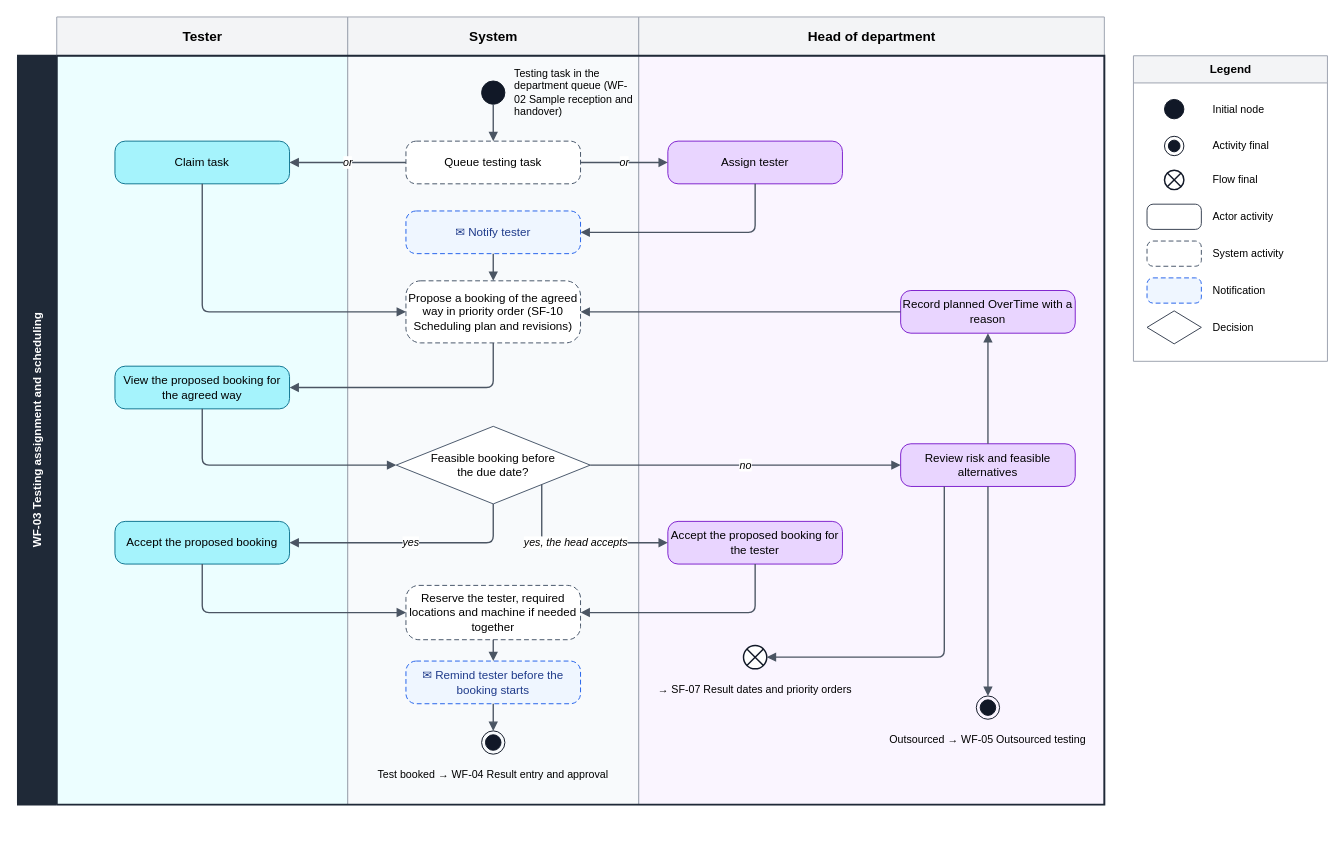
This is page "WF-03 Workflow" (1 of 2) of docs/reports/activity-diagram/final/Core flows/WF-03 Testing assignment and scheduling.drawio from SoltuneMontepre/medilab, a draw.io file, before an edit. Source tidied: cells renumbered, new cells numbered last; positions are measured from the earlier drawing's top-left corner, leaving out a move shared by most shapes. Both pictures are drawn from the tidied source at 97%, with x=0, y=0 at pixel (17, 16).
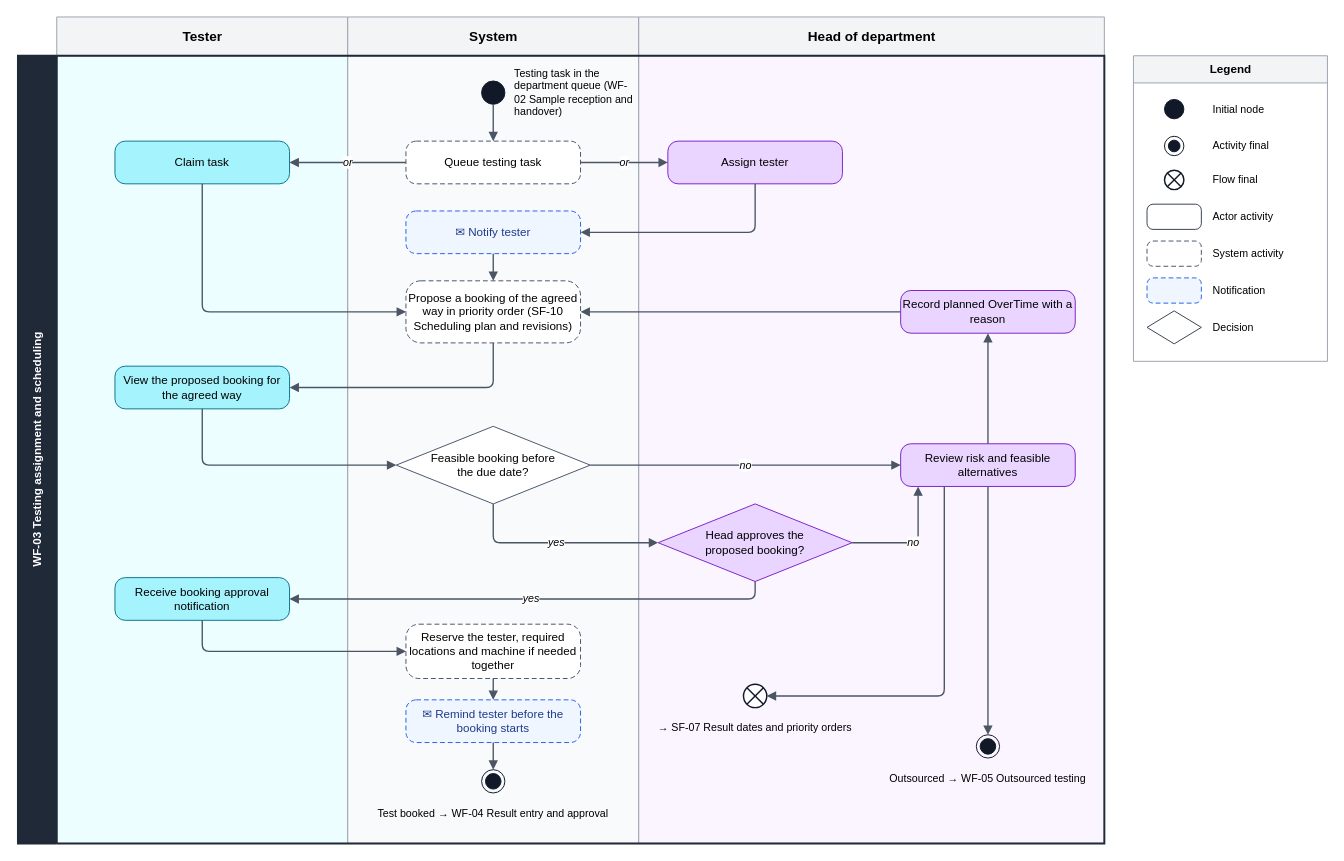
After the change.

The change refers to these unchanged cells:
```xml
<mxCell id="13" value="Feasible booking before the due date?" style="rhombus;whiteSpace=wrap;html=1;fontSize=12;fillColor=#FFFFFF;strokeColor=#475569;spacingLeft=34;spacingRight=34;" parent="1" vertex="1">
  <mxGeometry x="390" y="422" width="200" height="80" as="geometry" />
</mxCell>
<mxCell id="15" value="Review risk and feasible alternatives" style="rounded=1;arcSize=24;whiteSpace=wrap;html=1;fontSize=12;fillColor=#E9D5FF;strokeColor=#7E22CE;" parent="1" vertex="1">
  <mxGeometry x="910" y="440" width="180" height="44" as="geometry" />
</mxCell>
```

The edit, as a diff of the source:
```diff
@@
     <mxCell id="2" value="Tester" style="swimlane;startSize=40;fillColor=#F3F4F6;swimlaneFillColor=#ECFEFF;strokeColor=#9CA3AF;fontStyle=1;fontSize=14;html=1;" parent="1" vertex="1">
-      <mxGeometry x="40" width="300" height="812" as="geometry" />
+      <mxGeometry x="40" width="300" height="852" as="geometry" />
     </mxCell>
     <mxCell id="3" value="System" style="swimlane;startSize=40;fillColor=#F3F4F6;swimlaneFillColor=#F8FAFC;strokeColor=#9CA3AF;fontStyle=1;fontSize=14;html=1;" parent="1" vertex="1">
-      <mxGeometry x="340" width="300" height="812" as="geometry" />
+      <mxGeometry x="340" width="300" height="852" as="geometry" />
     </mxCell>
     <mxCell id="4" value="Head of department" style="swimlane;startSize=40;fillColor=#F3F4F6;swimlaneFillColor=#FAF5FF;strokeColor=#9CA3AF;fontStyle=1;fontSize=14;html=1;" parent="1" vertex="1">
-      <mxGeometry x="640" width="480" height="812" as="geometry" />
+      <mxGeometry x="640" width="480" height="852" as="geometry" />
     </mxCell>
@@
-    <mxCell id="14" value="Accept the proposed booking" style="rounded=1;arcSize=24;whiteSpace=wrap;html=1;fontSize=12;fillColor=#A5F3FC;strokeColor=#0E7490;" parent="1" vertex="1">
-      <mxGeometry x="100" y="520" width="180" height="44" as="geometry" />
+    <mxCell id="14" value="Receive booking approval notification" style="rounded=1;arcSize=24;whiteSpace=wrap;html=1;fontSize=12;fillColor=#A5F3FC;strokeColor=#0E7490;" parent="1" vertex="1">
+      <mxGeometry x="100" y="578" width="180" height="44" as="geometry" />
     </mxCell>
@@
-    <mxCell id="16" value="Accept the proposed booking for the tester" style="rounded=1;arcSize=24;whiteSpace=wrap;html=1;fontSize=12;fillColor=#E9D5FF;strokeColor=#7E22CE;" parent="1" vertex="1">
-      <mxGeometry x="670" y="520" width="180" height="44" as="geometry" />
-    </mxCell>
+    <mxCell id="61" value="Head approves the proposed booking?" style="rhombus;whiteSpace=wrap;html=1;fontSize=12;fillColor=#E9D5FF;strokeColor=#7E22CE;spacingLeft=34;spacingRight=34;" parent="1" vertex="1">
+      <mxGeometry x="660" y="502" width="200" height="80" as="geometry" />
+    </mxCell>
@@
     <mxCell id="18" style="shape=endState;html=1;fillColor=#111827;strokeColor=#111827;" parent="1" vertex="1">
-      <mxGeometry x="988" y="700" width="24" height="24" as="geometry" />
+      <mxGeometry x="988" y="740" width="24" height="24" as="geometry" />
     </mxCell>
     <mxCell id="19" value="Outsourced → WF-05 Outsourced testing" style="text;html=1;whiteSpace=wrap;fontSize=11;verticalAlign=middle;align=center;" parent="1" vertex="1">
-      <mxGeometry x="885" y="731" width="230" height="28" as="geometry" />
+      <mxGeometry x="885" y="771" width="230" height="28" as="geometry" />
     </mxCell>
     <mxCell id="20" style="shape=sumEllipse;perimeter=ellipsePerimeter;html=1;fillColor=#FFFFFF;strokeColor=#111827;strokeWidth=1.5;" parent="1" vertex="1">
-      <mxGeometry x="748" y="648" width="24" height="24" as="geometry" />
+      <mxGeometry x="748" y="688" width="24" height="24" as="geometry" />
     </mxCell>
     <mxCell id="21" value="→ SF-07 Result dates and priority orders" style="text;html=1;whiteSpace=wrap;fontSize=11;verticalAlign=middle;align=center;" parent="1" vertex="1">
-      <mxGeometry x="645" y="679" width="230" height="28" as="geometry" />
+      <mxGeometry x="645" y="719" width="230" height="28" as="geometry" />
     </mxCell>
     <mxCell id="22" value="Reserve the tester, required locations and machine if needed together" style="rounded=1;arcSize=24;dashed=1;dashPattern=5 3;whiteSpace=wrap;html=1;fontSize=12;fillColor=#FFFFFF;strokeColor=#475569;" parent="1" vertex="1">
-      <mxGeometry x="400" y="586" width="180" height="56" as="geometry" />
+      <mxGeometry x="400" y="626" width="180" height="56" as="geometry" />
     </mxCell>
     <mxCell id="23" value="✉ Remind tester before the booking starts" style="rounded=1;arcSize=24;dashed=1;dashPattern=5 3;whiteSpace=wrap;html=1;fontSize=12;fillColor=#EFF6FF;strokeColor=#2563EB;fontColor=#1E3A8A;" parent="1" vertex="1">
-      <mxGeometry x="400" y="664" width="180" height="44" as="geometry" />
+      <mxGeometry x="400" y="704" width="180" height="44" as="geometry" />
     </mxCell>
     <mxCell id="24" style="shape=endState;html=1;fillColor=#111827;strokeColor=#111827;" parent="1" vertex="1">
-      <mxGeometry x="478" y="736" width="24" height="24" as="geometry" />
+      <mxGeometry x="478" y="776" width="24" height="24" as="geometry" />
     </mxCell>
     <mxCell id="25" value="Test booked → WF-04 Result entry and approval" style="text;html=1;whiteSpace=wrap;fontSize=11;verticalAlign=middle;align=center;" parent="1" vertex="1">
-      <mxGeometry x="365" y="767" width="250" height="28" as="geometry" />
+      <mxGeometry x="365" y="807" width="250" height="28" as="geometry" />
     </mxCell>
@@
-    <mxCell id="34" value="yes" style="edgeStyle=orthogonalEdgeStyle;rounded=1;arcSize=14;strokeColor=#4B5563;strokeWidth=1.4;endArrow=block;endFill=1;endSize=6;fontSize=11;fontStyle=2;labelBackgroundColor=#ffffff;jumpStyle=arc;jumpSize=8;html=1;exitX=0.5;exitY=1;exitDx=0;exitDy=0;entryX=1;entryY=0.5;entryDx=0;entryDy=0;" parent="1" edge="1" source="13" target="14">
+    <mxCell id="34" value="yes" style="edgeStyle=orthogonalEdgeStyle;rounded=1;arcSize=14;strokeColor=#4B5563;strokeWidth=1.4;endArrow=block;endFill=1;endSize=6;fontSize=11;fontStyle=2;labelBackgroundColor=#ffffff;jumpStyle=arc;jumpSize=8;html=1;exitX=0.5;exitY=1;exitDx=0;exitDy=0;entryX=0;entryY=0.5;entryDx=0;entryDy=0;" parent="1" edge="1" source="13" target="61">
       <mxGeometry relative="1" as="geometry">
         <Array as="points">
           <mxPoint x="490" y="542" />
         </Array>
       </mxGeometry>
     </mxCell>
-    <mxCell id="35" value="yes, the head accepts" style="edgeStyle=orthogonalEdgeStyle;rounded=1;arcSize=14;strokeColor=#4B5563;strokeWidth=1.4;endArrow=block;endFill=1;endSize=6;fontSize=11;fontStyle=2;labelBackgroundColor=#ffffff;jumpStyle=arc;jumpSize=8;html=1;exitX=0.75;exitY=0.75;exitDx=0;exitDy=0;entryX=0;entryY=0.5;entryDx=0;entryDy=0;" parent="1" edge="1" source="13" target="16">
+    <mxCell id="35" value="yes" style="edgeStyle=orthogonalEdgeStyle;rounded=1;arcSize=14;strokeColor=#4B5563;strokeWidth=1.4;endArrow=block;endFill=1;endSize=6;fontSize=11;fontStyle=2;labelBackgroundColor=#ffffff;jumpStyle=arc;jumpSize=8;html=1;exitX=0.5;exitY=1;exitDx=0;exitDy=0;entryX=1;entryY=0.5;entryDx=0;entryDy=0;" parent="1" edge="1" source="61" target="14">
       <mxGeometry relative="1" as="geometry">
         <Array as="points">
-          <mxPoint x="540" y="542" />
+          <mxPoint x="760" y="600" />
         </Array>
       </mxGeometry>
     </mxCell>
@@
     <mxCell id="40" style="edgeStyle=orthogonalEdgeStyle;rounded=1;arcSize=14;strokeColor=#4B5563;strokeWidth=1.4;endArrow=block;endFill=1;endSize=6;fontSize=11;fontStyle=2;labelBackgroundColor=#ffffff;jumpStyle=arc;jumpSize=8;html=1;exitX=0.25;exitY=1;exitDx=0;exitDy=0;entryX=1;entryY=0.5;entryDx=0;entryDy=0;" parent="1" edge="1" source="15" target="20">
       <mxGeometry relative="1" as="geometry">
         <Array as="points">
-          <mxPoint x="955" y="660" />
+          <mxPoint x="955" y="700" />
         </Array>
       </mxGeometry>
     </mxCell>
     <mxCell id="41" style="edgeStyle=orthogonalEdgeStyle;rounded=1;arcSize=14;strokeColor=#4B5563;strokeWidth=1.4;endArrow=block;endFill=1;endSize=6;fontSize=11;fontStyle=2;labelBackgroundColor=#ffffff;jumpStyle=arc;jumpSize=8;html=1;exitX=0.5;exitY=1;exitDx=0;exitDy=0;entryX=0;entryY=0.5;entryDx=0;entryDy=0;" parent="1" edge="1" source="14" target="22">
       <mxGeometry relative="1" as="geometry">
         <Array as="points">
-          <mxPoint x="190" y="614" />
+          <mxPoint x="190" y="654" />
         </Array>
       </mxGeometry>
     </mxCell>
-    <mxCell id="42" style="edgeStyle=orthogonalEdgeStyle;rounded=1;arcSize=14;strokeColor=#4B5563;strokeWidth=1.4;endArrow=block;endFill=1;endSize=6;fontSize=11;fontStyle=2;labelBackgroundColor=#ffffff;jumpStyle=arc;jumpSize=8;html=1;exitX=0.5;exitY=1;exitDx=0;exitDy=0;entryX=1;entryY=0.5;entryDx=0;entryDy=0;" parent="1" edge="1" source="16" target="22">
+    <mxCell id="42" value="no" style="edgeStyle=orthogonalEdgeStyle;rounded=1;arcSize=14;strokeColor=#4B5563;strokeWidth=1.4;endArrow=block;endFill=1;endSize=6;fontSize=11;fontStyle=2;labelBackgroundColor=#ffffff;jumpStyle=arc;jumpSize=8;html=1;exitX=1;exitY=0.5;exitDx=0;exitDy=0;entryX=0.1;entryY=1;entryDx=0;entryDy=0;" parent="1" edge="1" source="61" target="15">
       <mxGeometry relative="1" as="geometry">
         <Array as="points">
-          <mxPoint x="760" y="614" />
+          <mxPoint x="928" y="542" />
         </Array>
       </mxGeometry>
     </mxCell>
@@
     <mxCell id="45" value="WF-03 Testing assignment and scheduling" style="swimlane;horizontal=0;startSize=40;fillColor=#1F2937;fontColor=#FFFFFF;swimlaneFillColor=none;strokeColor=#1F2937;strokeWidth=2;fontStyle=1;fontSize=12;whiteSpace=wrap;html=1;" parent="1" vertex="1">
-      <mxGeometry y="40" width="1120" height="772" as="geometry" />
+      <mxGeometry y="40" width="1120" height="812" as="geometry" />
     </mxCell>
```
